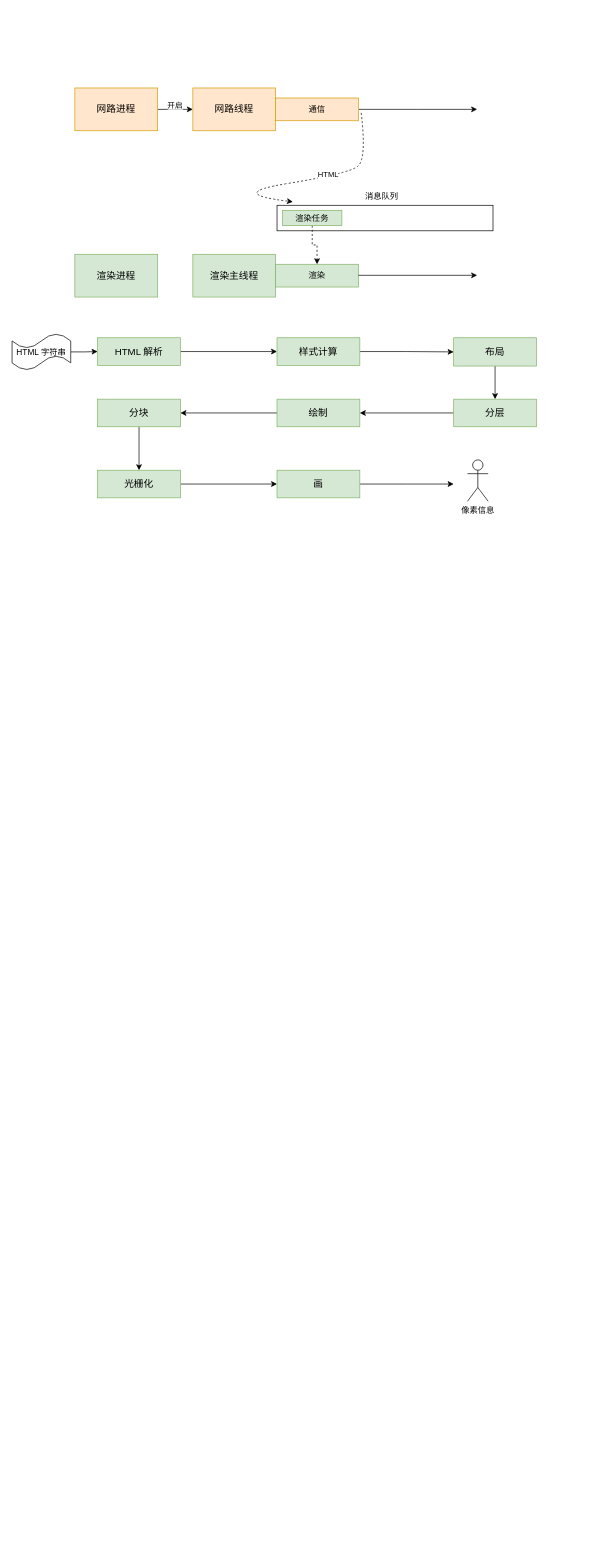
Before: draw.io/principles_of_broswer_rendering.drawio in Cphayim/oss, a draw.io diagram. Source tidied: cells renumbered, new cells numbered last; positions are measured from the earlier drawing's top-left corner, leaving out a move shared by most shapes. Both pictures are drawn from the tidied source at 69%, with x=0, y=0 at pixel (12, 88).
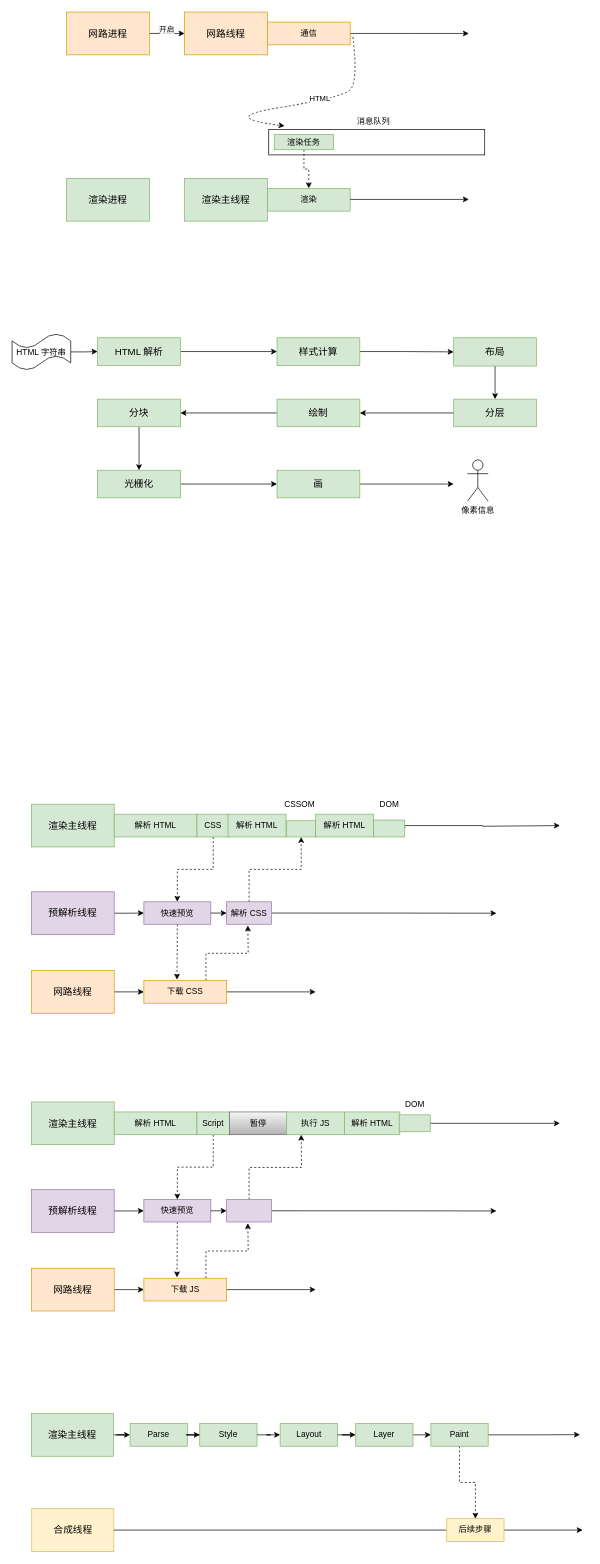
After the change.

The edit, as a diff of the source:
```diff
@@
     <mxCell id="4" value="&lt;font style=&quot;font-size: 14px;&quot;&gt;网路进程&lt;/font&gt;" style="rounded=0;whiteSpace=wrap;html=1;fillColor=#ffe6cc;strokeColor=#d79b00;" parent="1" vertex="1">
-      <mxGeometry x="91" width="120" height="62" as="geometry" />
+      <mxGeometry x="79" y="-110" width="120" height="62" as="geometry" />
     </mxCell>
     <mxCell id="5" value="&lt;font style=&quot;font-size: 14px;&quot;&gt;网路线程&lt;/font&gt;" style="rounded=0;whiteSpace=wrap;html=1;fillColor=#ffe6cc;strokeColor=#d79b00;" parent="1" vertex="1">
-      <mxGeometry x="262" width="120" height="62" as="geometry" />
+      <mxGeometry x="250" y="-110" width="120" height="62" as="geometry" />
     </mxCell>
     <mxCell id="6" style="edgeStyle=orthogonalEdgeStyle;rounded=0;jettySize=auto;html=1;exitX=1;exitY=0.5;exitDx=0;exitDy=0;" parent="1" edge="1" source="7">
       <mxGeometry relative="1" as="geometry">
-        <mxPoint x="674" y="31" as="targetPoint" />
+        <mxPoint x="662" y="-79" as="targetPoint" />
       </mxGeometry>
     </mxCell>
     <mxCell id="7" value="通信" style="rounded=0;whiteSpace=wrap;html=1;fillColor=#ffe6cc;strokeColor=#d79b00;" parent="1" vertex="1">
-      <mxGeometry x="382" y="14.5" width="120" height="33" as="geometry" />
+      <mxGeometry x="370" y="-95.5" width="120" height="33" as="geometry" />
     </mxCell>
     <mxCell id="8" value="&lt;font style=&quot;font-size: 14px;&quot;&gt;渲染进程&lt;/font&gt;" style="rounded=0;whiteSpace=wrap;html=1;fillColor=#d5e8d4;strokeColor=#82b366;" parent="1" vertex="1">
-      <mxGeometry x="91" y="241" width="120" height="62" as="geometry" />
+      <mxGeometry x="79" y="131" width="120" height="62" as="geometry" />
     </mxCell>
     <mxCell id="9" value="&lt;font style=&quot;font-size: 14px;&quot;&gt;渲染主线程&lt;/font&gt;" style="rounded=0;whiteSpace=wrap;html=1;fillColor=#d5e8d4;strokeColor=#82b366;" parent="1" vertex="1">
-      <mxGeometry x="262" y="241" width="120" height="62" as="geometry" />
+      <mxGeometry x="250" y="131" width="120" height="62" as="geometry" />
     </mxCell>
     <mxCell id="10" style="rounded=0;whiteSpace=wrap;html=1;" parent="1" vertex="1">
-      <mxGeometry x="384" y="170" width="313" height="37" as="geometry" />
+      <mxGeometry x="372" y="60" width="313" height="37" as="geometry" />
     </mxCell>
     <mxCell id="11" value="消息队列" style="text;html=1;align=center;verticalAlign=middle;whiteSpace=wrap;rounded=0;" parent="1" vertex="1">
-      <mxGeometry x="506" y="143" width="60" height="30" as="geometry" />
+      <mxGeometry x="494" y="33" width="60" height="30" as="geometry" />
     </mxCell>
     <mxCell id="12" style="curved=1;endArrow=classic;html=1;rounded=0;dashed=1;" parent="1" edge="1">
       <mxGeometry relative="1" as="geometry">
-        <mxPoint x="506" y="36" as="sourcePoint" />
-        <mxPoint x="407" y="165" as="targetPoint" />
+        <mxPoint x="494" y="-74" as="sourcePoint" />
+        <mxPoint x="395" y="55" as="targetPoint" />
         <Array as="points">
-          <mxPoint x="514" y="103" />
-          <mxPoint x="488" y="124" />
-          <mxPoint x="310" y="153" />
+          <mxPoint x="502" y="-7" />
+          <mxPoint x="476" y="14" />
+          <mxPoint x="298" y="43" />
         </Array>
       </mxGeometry>
     </mxCell>
@@
     <mxCell id="15" value="渲染任务" style="rounded=0;whiteSpace=wrap;html=1;fillColor=#d5e8d4;strokeColor=#82b366;" parent="1" vertex="1">
-      <mxGeometry x="392" y="177.5" width="86" height="22" as="geometry" />
+      <mxGeometry x="380" y="67.5" width="86" height="22" as="geometry" />
     </mxCell>
     <mxCell id="16" value="渲染" style="rounded=0;whiteSpace=wrap;html=1;fillColor=#d5e8d4;strokeColor=#82b366;" parent="1" vertex="1">
-      <mxGeometry x="382" y="255.5" width="120" height="33" as="geometry" />
+      <mxGeometry x="370" y="145.5" width="120" height="33" as="geometry" />
     </mxCell>
     <mxCell id="17" style="edgeStyle=orthogonalEdgeStyle;rounded=0;orthogonalLoop=1;jettySize=auto;html=1;exitX=1;exitY=0.5;exitDx=0;exitDy=0;" parent="1" edge="1">
       <mxGeometry relative="1" as="geometry">
-        <mxPoint x="502" y="271.5" as="sourcePoint" />
-        <mxPoint x="674" y="271.5" as="targetPoint" />
+        <mxPoint x="490" y="161.5" as="sourcePoint" />
+        <mxPoint x="662" y="161.5" as="targetPoint" />
       </mxGeometry>
     </mxCell>
@@
+    <mxCell id="37" style="edgeStyle=orthogonalEdgeStyle;rounded=0;jettySize=auto;html=1;exitX=1;exitY=0.5;exitDx=0;exitDy=0;" parent="1" edge="1" source="38" target="41">
+      <mxGeometry relative="1" as="geometry" />
+    </mxCell>
+    <mxCell id="38" value="&lt;font style=&quot;font-size: 14px;&quot;&gt;网路线程&lt;/font&gt;" style="rounded=0;whiteSpace=wrap;html=1;fillColor=#ffe6cc;strokeColor=#d79b00;" parent="1" vertex="1">
+      <mxGeometry x="28" y="1279" width="120" height="62" as="geometry" />
+    </mxCell>
+    <mxCell id="39" style="edgeStyle=orthogonalEdgeStyle;rounded=0;jettySize=auto;html=1;exitX=1;exitY=0.5;exitDx=0;exitDy=0;" parent="1" edge="1" source="41">
+      <mxGeometry relative="1" as="geometry">
+        <mxPoint x="440" y="1310" as="targetPoint" />
+      </mxGeometry>
+    </mxCell>
+    <mxCell id="40" style="edgeStyle=orthogonalEdgeStyle;rounded=0;jettySize=auto;html=1;exitX=0.75;exitY=0;exitDx=0;exitDy=0;dashed=1;" parent="1" edge="1" source="41">
+      <mxGeometry relative="1" as="geometry">
+        <mxPoint x="341.7" y="1213.7" as="targetPoint" />
+      </mxGeometry>
+    </mxCell>
+    <mxCell id="41" value="下载 CSS" style="rounded=0;whiteSpace=wrap;html=1;fillColor=#ffe6cc;strokeColor=#d79b00;" parent="1" vertex="1">
+      <mxGeometry x="191" y="1293.5" width="120" height="33" as="geometry" />
+    </mxCell>
+    <mxCell id="42" value="&lt;font style=&quot;font-size: 14px;&quot;&gt;渲染主线程&lt;/font&gt;" style="rounded=0;whiteSpace=wrap;html=1;fillColor=#d5e8d4;strokeColor=#82b366;" parent="1" vertex="1">
+      <mxGeometry x="28" y="1038" width="120" height="62" as="geometry" />
+    </mxCell>
+    <mxCell id="43" value="解析 HTML" style="rounded=0;whiteSpace=wrap;html=1;fillColor=#d5e8d4;strokeColor=#82b366;" parent="1" vertex="1">
+      <mxGeometry x="148" y="1052.5" width="120" height="33" as="geometry" />
+    </mxCell>
+    <mxCell id="44" style="edgeStyle=orthogonalEdgeStyle;rounded=0;jettySize=auto;html=1;exitX=1;exitY=0.5;exitDx=0;exitDy=0;" parent="1" edge="1" source="58">
+      <mxGeometry relative="1" as="geometry">
+        <mxPoint x="794" y="1069" as="targetPoint" />
+        <Array as="points">
+          <mxPoint x="569" y="1069" />
+          <mxPoint x="682" y="1069" />
+          <mxPoint x="794" y="1070" />
+        </Array>
+      </mxGeometry>
+    </mxCell>
+    <mxCell id="45" style="edgeStyle=orthogonalEdgeStyle;rounded=0;jettySize=auto;html=1;exitX=0.5;exitY=1;exitDx=0;exitDy=0;entryX=0.5;entryY=0;entryDx=0;entryDy=0;dashed=1;" parent="1" edge="1" source="46" target="52">
+      <mxGeometry relative="1" as="geometry" />
+    </mxCell>
+    <mxCell id="46" value="CSS" style="rounded=0;whiteSpace=wrap;html=1;fillColor=#d5e8d4;strokeColor=#82b366;" parent="1" vertex="1">
+      <mxGeometry x="268" y="1052.5" width="47" height="33" as="geometry" />
+    </mxCell>
+    <mxCell id="47" value="解析 HTML" style="rounded=0;whiteSpace=wrap;html=1;fillColor=#d5e8d4;strokeColor=#82b366;" parent="1" vertex="1">
+      <mxGeometry x="313" y="1052.5" width="84" height="33" as="geometry" />
+    </mxCell>
+    <mxCell id="48" style="edgeStyle=orthogonalEdgeStyle;rounded=0;jettySize=auto;html=1;" parent="1" edge="1" source="49" target="52">
+      <mxGeometry relative="1" as="geometry" />
+    </mxCell>
+    <mxCell id="49" value="&lt;font style=&quot;font-size: 14px;&quot;&gt;预解析线程&lt;/font&gt;" style="rounded=0;whiteSpace=wrap;html=1;fillColor=#e1d5e7;strokeColor=#9673a6;" parent="1" vertex="1">
+      <mxGeometry x="28" y="1165" width="120" height="62" as="geometry" />
+    </mxCell>
+    <mxCell id="50" style="edgeStyle=orthogonalEdgeStyle;rounded=0;jettySize=auto;html=1;exitX=1;exitY=0.5;exitDx=0;exitDy=0;" parent="1" edge="1" source="55">
+      <mxGeometry relative="1" as="geometry">
+        <mxPoint x="702" y="1196" as="targetPoint" />
+      </mxGeometry>
+    </mxCell>
+    <mxCell id="51" style="edgeStyle=orthogonalEdgeStyle;rounded=0;jettySize=auto;html=1;exitX=0.5;exitY=1;exitDx=0;exitDy=0;dashed=1;" parent="1" edge="1" source="52">
+      <mxGeometry relative="1" as="geometry">
+        <mxPoint x="239" y="1292.3" as="targetPoint" />
+      </mxGeometry>
+    </mxCell>
+    <mxCell id="52" value="快速预览" style="rounded=0;whiteSpace=wrap;html=1;fillColor=#e1d5e7;strokeColor=#9673a6;" parent="1" vertex="1">
+      <mxGeometry x="191" y="1179.5" width="97" height="32.5" as="geometry" />
+    </mxCell>
+    <mxCell id="53" style="edgeStyle=orthogonalEdgeStyle;rounded=0;jettySize=auto;html=1;exitX=1;exitY=0.5;exitDx=0;exitDy=0;" parent="1" edge="1" source="52" target="55">
+      <mxGeometry relative="1" as="geometry" />
+    </mxCell>
+    <mxCell id="54" style="edgeStyle=orthogonalEdgeStyle;rounded=0;jettySize=auto;html=1;exitX=0.5;exitY=0;exitDx=0;exitDy=0;entryX=0.5;entryY=1;entryDx=0;entryDy=0;dashed=1;" parent="1" edge="1" source="55" target="56">
+      <mxGeometry relative="1" as="geometry" />
+    </mxCell>
+    <mxCell id="55" value="解析 CSS" style="rounded=0;whiteSpace=wrap;html=1;fillColor=#e1d5e7;strokeColor=#9673a6;" parent="1" vertex="1">
+      <mxGeometry x="311" y="1179.5" width="65" height="32.5" as="geometry" />
+    </mxCell>
+    <mxCell id="56" style="rounded=0;whiteSpace=wrap;html=1;fillColor=#d5e8d4;strokeColor=#82b366;" parent="1" vertex="1">
+      <mxGeometry x="398" y="1062" width="42" height="23.5" as="geometry" />
+    </mxCell>
+    <mxCell id="57" value="解析 HTML" style="rounded=0;whiteSpace=wrap;html=1;fillColor=#d5e8d4;strokeColor=#82b366;" parent="1" vertex="1">
+      <mxGeometry x="440" y="1052.5" width="84" height="33" as="geometry" />
+    </mxCell>
+    <mxCell id="58" style="rounded=0;whiteSpace=wrap;html=1;fillColor=#d5e8d4;strokeColor=#82b366;" parent="1" vertex="1">
+      <mxGeometry x="524" y="1061" width="45" height="24.5" as="geometry" />
+    </mxCell>
+    <mxCell id="59" value="CSSOM" style="text;html=1;align=center;verticalAlign=middle;whiteSpace=wrap;rounded=0;" parent="1" vertex="1">
+      <mxGeometry x="387" y="1022.5" width="60" height="30" as="geometry" />
+    </mxCell>
+    <mxCell id="60" value="DOM" style="text;html=1;align=center;verticalAlign=middle;whiteSpace=wrap;rounded=0;" parent="1" vertex="1">
+      <mxGeometry x="516.5" y="1022.5" width="60" height="30" as="geometry" />
+    </mxCell>
+    <mxCell id="61" style="edgeStyle=orthogonalEdgeStyle;rounded=0;jettySize=auto;html=1;exitX=1;exitY=0.5;exitDx=0;exitDy=0;" parent="1" edge="1" source="62" target="65">
+      <mxGeometry relative="1" as="geometry" />
+    </mxCell>
+    <mxCell id="62" value="&lt;font style=&quot;font-size: 14px;&quot;&gt;网路线程&lt;/font&gt;" style="rounded=0;whiteSpace=wrap;html=1;fillColor=#ffe6cc;strokeColor=#d79b00;" parent="1" vertex="1">
+      <mxGeometry x="28" y="1710.5" width="120" height="62" as="geometry" />
+    </mxCell>
+    <mxCell id="63" style="edgeStyle=orthogonalEdgeStyle;rounded=0;jettySize=auto;html=1;exitX=1;exitY=0.5;exitDx=0;exitDy=0;" parent="1" edge="1" source="65">
+      <mxGeometry relative="1" as="geometry">
+        <mxPoint x="440" y="1741.5" as="targetPoint" />
+      </mxGeometry>
+    </mxCell>
+    <mxCell id="64" style="edgeStyle=orthogonalEdgeStyle;rounded=0;jettySize=auto;html=1;exitX=0.75;exitY=0;exitDx=0;exitDy=0;dashed=1;" parent="1" edge="1" source="65">
+      <mxGeometry relative="1" as="geometry">
+        <mxPoint x="341.7" y="1645.2" as="targetPoint" />
+      </mxGeometry>
+    </mxCell>
+    <mxCell id="65" value="下载 JS" style="rounded=0;whiteSpace=wrap;html=1;fillColor=#ffe6cc;strokeColor=#d79b00;" parent="1" vertex="1">
+      <mxGeometry x="191" y="1725" width="120" height="33" as="geometry" />
+    </mxCell>
+    <mxCell id="66" value="&lt;font style=&quot;font-size: 14px;&quot;&gt;渲染主线程&lt;/font&gt;" style="rounded=0;whiteSpace=wrap;html=1;fillColor=#d5e8d4;strokeColor=#82b366;" parent="1" vertex="1">
+      <mxGeometry x="28" y="1469.5" width="120" height="62" as="geometry" />
+    </mxCell>
+    <mxCell id="67" value="解析 HTML" style="rounded=0;whiteSpace=wrap;html=1;fillColor=#d5e8d4;strokeColor=#82b366;" parent="1" vertex="1">
+      <mxGeometry x="148" y="1484" width="120" height="33" as="geometry" />
+    </mxCell>
+    <mxCell id="68" style="edgeStyle=orthogonalEdgeStyle;rounded=0;jettySize=auto;html=1;exitX=1;exitY=0.5;exitDx=0;exitDy=0;" parent="1" edge="1" source="81">
+      <mxGeometry relative="1" as="geometry">
+        <mxPoint x="794" y="1500.5" as="targetPoint" />
+        <Array as="points">
+          <mxPoint x="569" y="1500.5" />
+          <mxPoint x="682" y="1500.5" />
+          <mxPoint x="794" y="1501.5" />
+        </Array>
+      </mxGeometry>
+    </mxCell>
+    <mxCell id="69" style="edgeStyle=orthogonalEdgeStyle;rounded=0;jettySize=auto;html=1;exitX=0.5;exitY=1;exitDx=0;exitDy=0;entryX=0.5;entryY=0;entryDx=0;entryDy=0;dashed=1;" parent="1" edge="1" source="70" target="76">
+      <mxGeometry relative="1" as="geometry" />
+    </mxCell>
+    <mxCell id="70" value="Script" style="rounded=0;whiteSpace=wrap;html=1;fillColor=#d5e8d4;strokeColor=#82b366;" parent="1" vertex="1">
+      <mxGeometry x="268" y="1484" width="47" height="33" as="geometry" />
+    </mxCell>
+    <mxCell id="71" value="暂停" style="rounded=0;whiteSpace=wrap;html=1;glass=0;fillColor=#f5f5f5;gradientColor=#b3b3b3;strokeColor=#666666;" parent="1" vertex="1">
+      <mxGeometry x="315" y="1484" width="84" height="33" as="geometry" />
+    </mxCell>
+    <mxCell id="72" style="edgeStyle=orthogonalEdgeStyle;rounded=0;jettySize=auto;html=1;" parent="1" edge="1" source="73" target="76">
+      <mxGeometry relative="1" as="geometry" />
+    </mxCell>
+    <mxCell id="73" value="&lt;font style=&quot;font-size: 14px;&quot;&gt;预解析线程&lt;/font&gt;" style="rounded=0;whiteSpace=wrap;html=1;fillColor=#e1d5e7;strokeColor=#9673a6;" parent="1" vertex="1">
+      <mxGeometry x="28" y="1596.5" width="120" height="62" as="geometry" />
+    </mxCell>
+    <mxCell id="74" style="edgeStyle=orthogonalEdgeStyle;rounded=0;jettySize=auto;html=1;exitX=1;exitY=0.5;exitDx=0;exitDy=0;" parent="1" edge="1" source="79">
+      <mxGeometry relative="1" as="geometry">
+        <mxPoint x="702" y="1627.5" as="targetPoint" />
+      </mxGeometry>
+    </mxCell>
+    <mxCell id="75" style="edgeStyle=orthogonalEdgeStyle;rounded=0;jettySize=auto;html=1;exitX=0.5;exitY=1;exitDx=0;exitDy=0;dashed=1;" parent="1" edge="1" source="76">
+      <mxGeometry relative="1" as="geometry">
+        <mxPoint x="239" y="1723.8" as="targetPoint" />
+      </mxGeometry>
+    </mxCell>
+    <mxCell id="76" value="快速预览" style="rounded=0;whiteSpace=wrap;html=1;fillColor=#e1d5e7;strokeColor=#9673a6;" parent="1" vertex="1">
+      <mxGeometry x="191" y="1611" width="97" height="32.5" as="geometry" />
+    </mxCell>
+    <mxCell id="77" style="edgeStyle=orthogonalEdgeStyle;rounded=0;jettySize=auto;html=1;exitX=1;exitY=0.5;exitDx=0;exitDy=0;" parent="1" edge="1" source="76" target="79">
+      <mxGeometry relative="1" as="geometry" />
+    </mxCell>
+    <mxCell id="78" style="edgeStyle=orthogonalEdgeStyle;rounded=0;jettySize=auto;html=1;exitX=0.5;exitY=0;exitDx=0;exitDy=0;entryX=0.5;entryY=1;entryDx=0;entryDy=0;dashed=1;" parent="1" edge="1" source="79">
+      <mxGeometry relative="1" as="geometry">
+        <mxPoint x="419" y="1517" as="targetPoint" />
+      </mxGeometry>
+    </mxCell>
+    <mxCell id="79" style="rounded=0;whiteSpace=wrap;html=1;fillColor=#e1d5e7;strokeColor=#9673a6;" parent="1" vertex="1">
+      <mxGeometry x="311" y="1611" width="65" height="32.5" as="geometry" />
+    </mxCell>
+    <mxCell id="80" value="解析 HTML" style="rounded=0;whiteSpace=wrap;html=1;fillColor=#d5e8d4;strokeColor=#82b366;" parent="1" vertex="1">
+      <mxGeometry x="482" y="1484" width="80" height="33" as="geometry" />
+    </mxCell>
+    <mxCell id="81" style="rounded=0;whiteSpace=wrap;html=1;fillColor=#d5e8d4;strokeColor=#82b366;" parent="1" vertex="1">
+      <mxGeometry x="561" y="1488.2" width="45" height="24.5" as="geometry" />
+    </mxCell>
+    <mxCell id="82" value="DOM" style="text;html=1;align=center;verticalAlign=middle;whiteSpace=wrap;rounded=0;" parent="1" vertex="1">
+      <mxGeometry x="553.5" y="1458.2" width="60" height="30" as="geometry" />
+    </mxCell>
+    <mxCell id="83" value="执行 JS" style="rounded=0;whiteSpace=wrap;html=1;fillColor=#d5e8d4;strokeColor=#82b366;" parent="1" vertex="1">
+      <mxGeometry x="398" y="1484" width="84" height="33" as="geometry" />
+    </mxCell>
+    <mxCell id="84" value="&lt;font style=&quot;font-size: 14px;&quot;&gt;渲染主线程&lt;/font&gt;" style="rounded=0;whiteSpace=wrap;html=1;fillColor=#d5e8d4;strokeColor=#82b366;" parent="1" vertex="1">
+      <mxGeometry x="28" y="1921" width="119" height="62" as="geometry" />
+    </mxCell>
+    <mxCell id="85" style="edgeStyle=orthogonalEdgeStyle;rounded=0;jettySize=auto;html=1;" parent="1" edge="1" source="84" target="86">
+      <mxGeometry relative="1" as="geometry" />
+    </mxCell>
+    <mxCell id="86" value="Parse" style="rounded=0;whiteSpace=wrap;html=1;fillColor=#d5e8d4;strokeColor=#82b366;" parent="1" vertex="1">
+      <mxGeometry x="171" y="1935.5" width="83" height="33" as="geometry" />
+    </mxCell>
+    <mxCell id="87" style="edgeStyle=orthogonalEdgeStyle;rounded=0;jettySize=auto;html=1;" parent="1" edge="1" source="86" target="88">
+      <mxGeometry relative="1" as="geometry" />
+    </mxCell>
+    <mxCell id="88" value="Style" style="rounded=0;whiteSpace=wrap;html=1;fillColor=#d5e8d4;strokeColor=#82b366;" parent="1" vertex="1">
+      <mxGeometry x="272" y="1935.5" width="83" height="33" as="geometry" />
+    </mxCell>
+    <mxCell id="89" style="edgeStyle=orthogonalEdgeStyle;rounded=0;jettySize=auto;html=1;" parent="1" edge="1" source="88" target="90">
+      <mxGeometry relative="1" as="geometry" />
+    </mxCell>
+    <mxCell id="90" value="Layout" style="rounded=0;whiteSpace=wrap;html=1;fillColor=#d5e8d4;strokeColor=#82b366;" parent="1" vertex="1">
+      <mxGeometry x="388.5" y="1935.5" width="83" height="33" as="geometry" />
+    </mxCell>
+    <mxCell id="91" style="edgeStyle=orthogonalEdgeStyle;rounded=0;jettySize=auto;html=1;" parent="1" edge="1" source="90" target="93">
+      <mxGeometry relative="1" as="geometry" />
+    </mxCell>
+    <mxCell id="92" style="edgeStyle=orthogonalEdgeStyle;rounded=0;jettySize=auto;html=1;exitX=1;exitY=0.5;exitDx=0;exitDy=0;entryX=0;entryY=0.5;entryDx=0;entryDy=0;" parent="1" edge="1" source="93" target="96">
+      <mxGeometry relative="1" as="geometry" />
+    </mxCell>
+    <mxCell id="93" value="Layer" style="rounded=0;whiteSpace=wrap;html=1;fillColor=#d5e8d4;strokeColor=#82b366;" parent="1" vertex="1">
+      <mxGeometry x="498" y="1935.5" width="83" height="33" as="geometry" />
+    </mxCell>
+    <mxCell id="94" style="edgeStyle=orthogonalEdgeStyle;rounded=0;jettySize=auto;html=1;exitX=1;exitY=0.5;exitDx=0;exitDy=0;" parent="1" edge="1" source="96">
+      <mxGeometry relative="1" as="geometry">
+        <mxPoint x="823" y="1951.7" as="targetPoint" />
+      </mxGeometry>
+    </mxCell>
+    <mxCell id="95" style="edgeStyle=orthogonalEdgeStyle;rounded=0;jettySize=auto;html=1;exitX=0.5;exitY=1;exitDx=0;exitDy=0;entryX=0.5;entryY=0;entryDx=0;entryDy=0;dashed=1;" parent="1" edge="1" source="96" target="100">
+      <mxGeometry relative="1" as="geometry" />
+    </mxCell>
+    <mxCell id="96" value="Paint" style="rounded=0;whiteSpace=wrap;html=1;fillColor=#d5e8d4;strokeColor=#82b366;" parent="1" vertex="1">
+      <mxGeometry x="607" y="1935.5" width="83" height="33" as="geometry" />
+    </mxCell>
+    <mxCell id="97" style="edgeStyle=orthogonalEdgeStyle;rounded=0;jettySize=auto;html=1;" parent="1" edge="1" source="100">
+      <mxGeometry relative="1" as="geometry">
+        <mxPoint x="827" y="2090" as="targetPoint" />
+      </mxGeometry>
+    </mxCell>
+    <mxCell id="98" value="&lt;font style=&quot;font-size: 14px;&quot;&gt;合成线程&lt;/font&gt;" style="rounded=0;whiteSpace=wrap;html=1;fillColor=#fff2cc;strokeColor=#d6b656;" parent="1" vertex="1">
+      <mxGeometry x="28.5" y="2059" width="119" height="62" as="geometry" />
+    </mxCell>
+    <mxCell id="99" style="edgeStyle=orthogonalEdgeStyle;rounded=0;jettySize=auto;html=1;endArrow=none;endFill=0;" parent="1" edge="1" source="98" target="100">
+      <mxGeometry relative="1" as="geometry" />
+    </mxCell>
+    <mxCell id="100" value="后续步骤" style="rounded=0;whiteSpace=wrap;html=1;fillColor=#fff2cc;strokeColor=#d6b656;" parent="1" vertex="1">
+      <mxGeometry x="630" y="2073.5" width="83" height="33" as="geometry" />
+    </mxCell>
```
